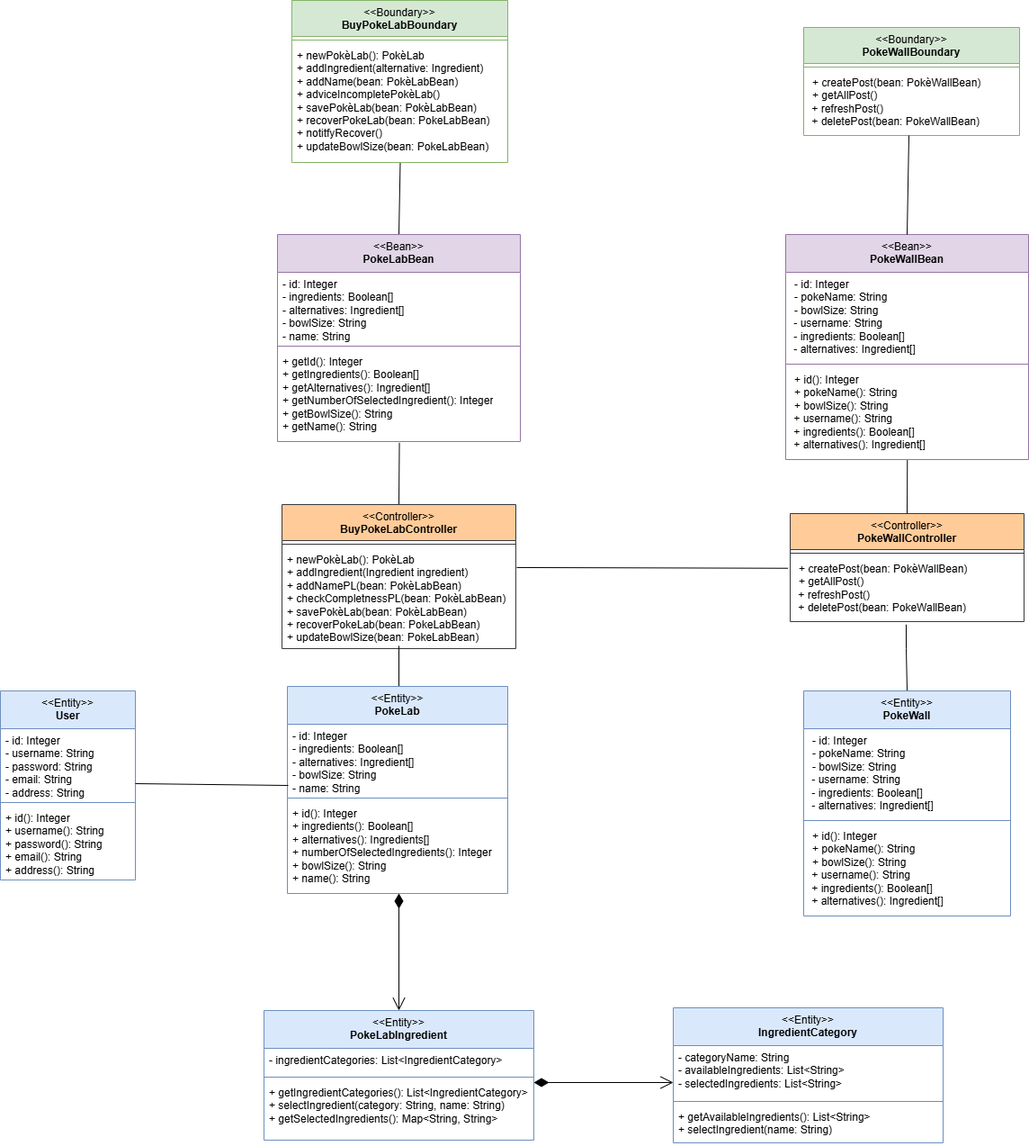
This is diagrams/BCE.drawio.png from matteopinfildi/YourPoke-ISPWProject, a draw.io export, as it was before one commit. Source tidied: cells renumbered, new cells last; positions are measured from the earlier drawing's top-left corner, leaving out a move shared by most shapes.
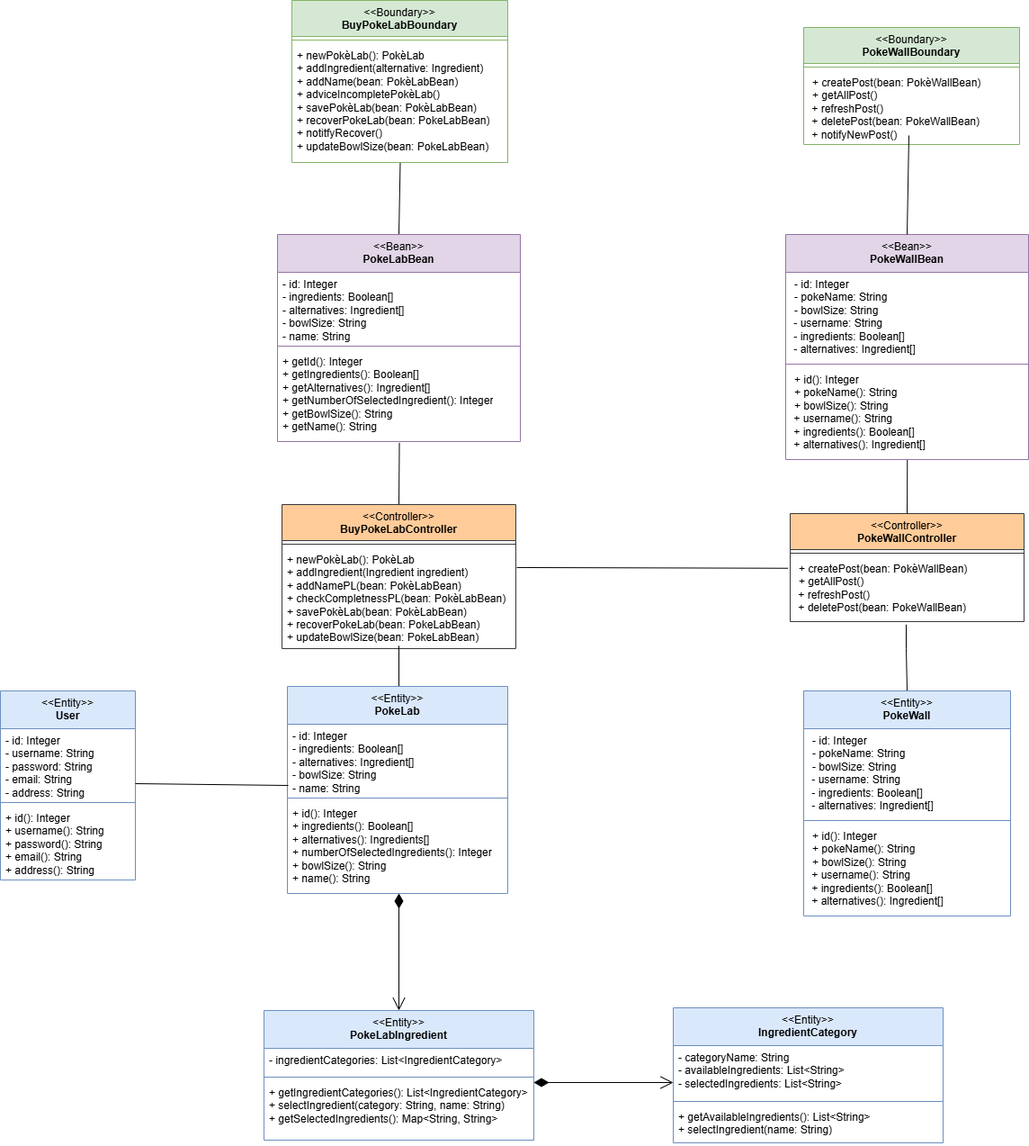
Later version of the same file.

Change to the diagram source:
```diff
@@ -156,13 +156,13 @@
       <mxGeometry y="148" width="270" height="102" as="geometry" />
     </mxCell>
     <mxCell id="48" value="&lt;div&gt;&lt;span style=&quot;font-weight: normal;&quot;&gt;&amp;lt;&amp;lt;Boundary&amp;gt;&amp;gt;&lt;/span&gt;&lt;/div&gt;PokeWallBoundary" style="swimlane;fontStyle=1;align=center;verticalAlign=top;horizontal=1;startSize=40;whiteSpace=wrap;html=1;fillColor=#d5e8d4;strokeColor=#82b366;" parent="1" vertex="1">
-      <mxGeometry x="893" y="30" width="240" height="120" as="geometry" />
+      <mxGeometry x="893" y="30" width="240" height="130" as="geometry" />
     </mxCell>
     <mxCell id="49" style="line;strokeWidth=1;fillColor=none;align=left;verticalAlign=middle;spacingTop=-1;spacingLeft=3;spacingRight=3;labelPosition=right;strokeColor=inherit;" parent="48" vertex="1">
       <mxGeometry y="40" width="240" height="8" as="geometry" />
     </mxCell>
-    <mxCell id="50" value="&lt;p style=&quot;margin: 0px 0px 0px 4px;&quot;&gt;+ createPost(bean: PokèWallBean)&lt;/p&gt;&lt;p style=&quot;margin: 0px 0px 0px 4px;&quot;&gt;+ getAllPost()&lt;/p&gt;&lt;div&gt;&amp;nbsp;&lt;span style=&quot;background-color: transparent; color: light-dark(rgb(0, 0, 0), rgb(255, 255, 255));&quot;&gt;+ refreshPost()&lt;/span&gt;&lt;/div&gt;&lt;div&gt;&lt;span style=&quot;background-color: transparent; color: light-dark(rgb(0, 0, 0), rgb(255, 255, 255));&quot;&gt;&amp;nbsp;+ deletePost(bean: PokeWallBean)&lt;/span&gt;&lt;/div&gt;" style="text;strokeColor=none;fillColor=none;align=left;verticalAlign=top;spacingLeft=4;spacingRight=4;overflow=hidden;whiteSpace=wrap;html=1;" parent="48" vertex="1">
-      <mxGeometry y="48" width="240" height="72" as="geometry" />
+    <mxCell id="50" value="&lt;p style=&quot;margin: 0px 0px 0px 4px;&quot;&gt;+ createPost(bean: PokèWallBean)&lt;/p&gt;&lt;p style=&quot;margin: 0px 0px 0px 4px;&quot;&gt;+ getAllPost()&lt;/p&gt;&lt;div&gt;&amp;nbsp;&lt;span style=&quot;background-color: transparent; color: light-dark(rgb(0, 0, 0), rgb(255, 255, 255));&quot;&gt;+ refreshPost()&lt;/span&gt;&lt;/div&gt;&lt;div&gt;&lt;span style=&quot;background-color: transparent; color: light-dark(rgb(0, 0, 0), rgb(255, 255, 255));&quot;&gt;&amp;nbsp;+ deletePost(bean: PokeWallBean)&lt;/span&gt;&lt;/div&gt;&lt;div&gt;&lt;span style=&quot;background-color: transparent; color: light-dark(rgb(0, 0, 0), rgb(255, 255, 255));&quot;&gt;&amp;nbsp;+ notifyNewPost()&lt;/span&gt;&lt;/div&gt;" style="text;strokeColor=none;fillColor=none;align=left;verticalAlign=top;spacingLeft=4;spacingRight=4;overflow=hidden;whiteSpace=wrap;html=1;" parent="48" vertex="1">
+      <mxGeometry y="48" width="240" height="82" as="geometry" />
     </mxCell>
     <mxCell id="51" style="endArrow=none;html=1;rounded=0;entryX=0.5;entryY=0;entryDx=0;entryDy=0;" parent="1" edge="1" target="44">
       <mxGeometry relative="1" as="geometry">
```
